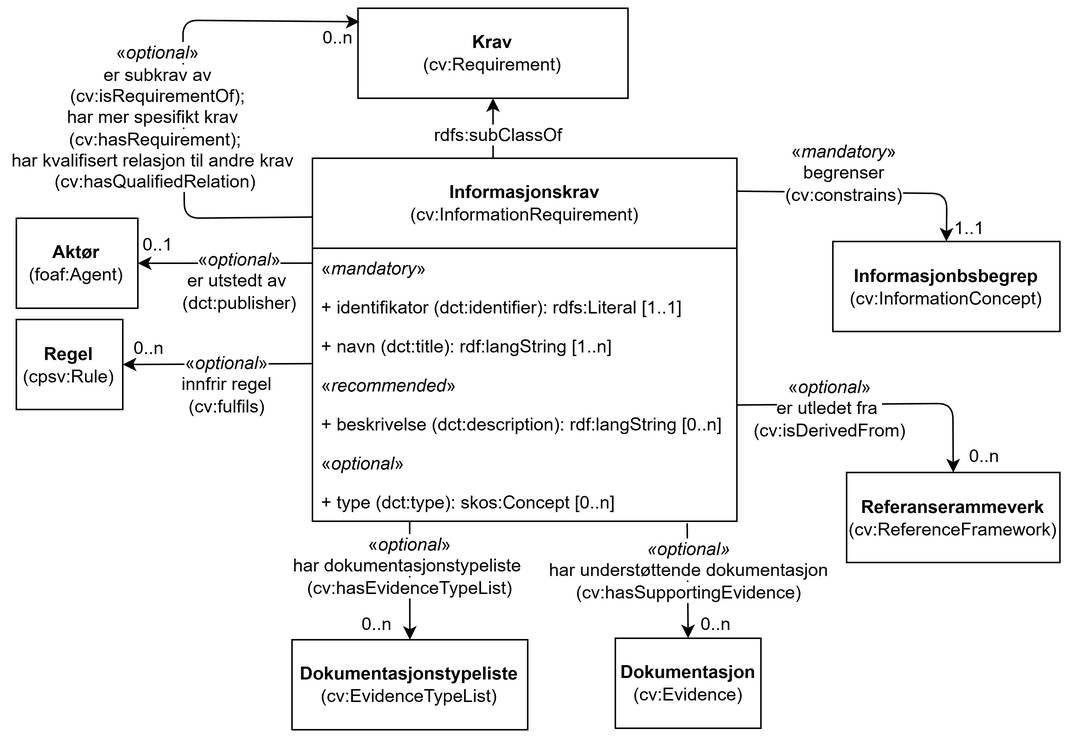
The draw.io diagram docs/images/KlassenInformasjonskrav.png in Informasjonsforvaltning/cccev-ap-no, before a commit. Source tidied: cells renumbered, new cells last; positions are measured from the earlier drawing's top-left corner, leaving out a move shared by most shapes.
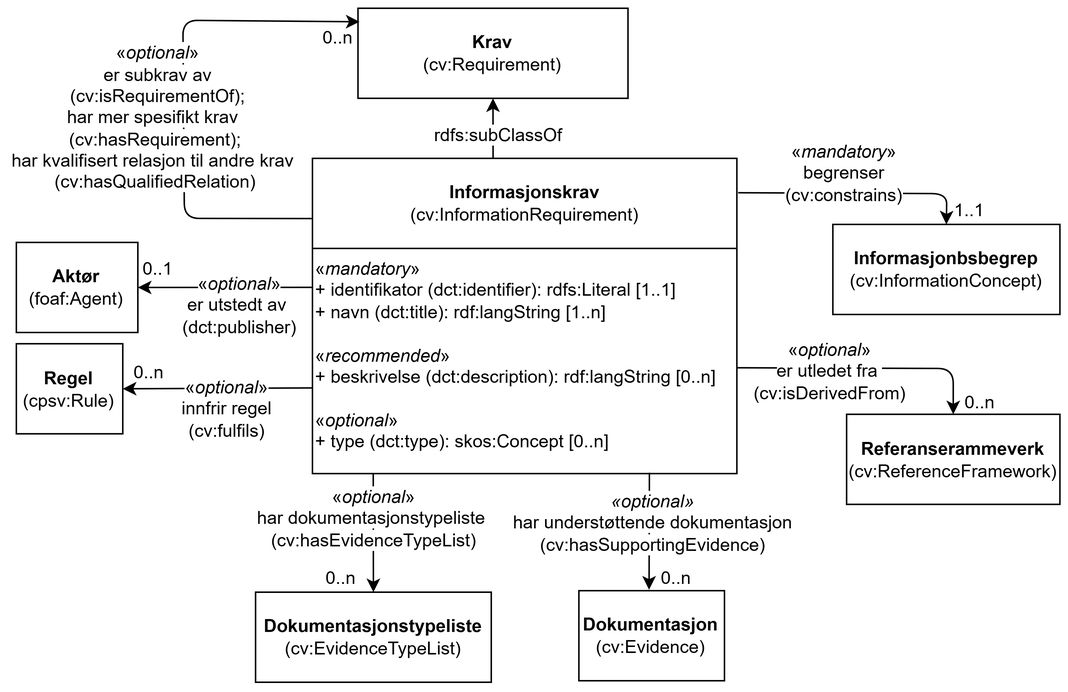
Later version of the same file.

Diff of the diagram source:
```diff
@@ -3,20 +3,20 @@
     <mxCell id="0" />
     <mxCell id="1" parent="0" />
     <mxCell id="2" value="&lt;b&gt;Regel&lt;/b&gt;&lt;br&gt;(cpsv:Rule)" style="rounded=0;whiteSpace=wrap;html=1;fillColor=none;strokeColor=#000000;" parent="1" vertex="1">
-      <mxGeometry x="5.4" y="207.5" width="71" height="60" as="geometry" />
+      <mxGeometry x="5.4" y="223.5" width="71" height="60" as="geometry" />
     </mxCell>
     <mxCell id="3" style="endArrow=classic;html=1;rounded=0;entryX=1;entryY=0.5;entryDx=0;entryDy=0;exitX=-0.001;exitY=0.382;exitDx=0;exitDy=0;exitPerimeter=0;" parent="1" edge="1" target="2">
       <mxGeometry relative="1" as="geometry">
-        <mxPoint x="202.3" y="236.9" as="sourcePoint" />
+        <mxPoint x="202.3" y="252.9" as="sourcePoint" />
       </mxGeometry>
     </mxCell>
     <mxCell id="4" value="&lt;span style=&quot;background-color: rgb(255, 255, 255);&quot;&gt;«&lt;i style=&quot;&quot;&gt;optional&lt;/i&gt;»&lt;br&gt;innfrir regel&lt;br&gt;(cv:fulfils)&lt;/span&gt;" style="text;html=1;strokeColor=none;fillColor=none;align=center;verticalAlign=middle;whiteSpace=wrap;rounded=0;" parent="1" vertex="1">
-      <mxGeometry x="97" y="225" width="98.4" height="52" as="geometry" />
+      <mxGeometry x="97" y="241" width="98.4" height="52" as="geometry" />
     </mxCell>
     <mxCell id="5" value="0..n" style="text;html=1;strokeColor=none;fillColor=none;align=center;verticalAlign=middle;whiteSpace=wrap;rounded=0;" parent="1" vertex="1">
-      <mxGeometry x="77.2" y="216.5" width="34" height="20" as="geometry" />
+      <mxGeometry x="77.2" y="232.5" width="34" height="20" as="geometry" />
     </mxCell>
-    <mxCell id="6" style="endArrow=none;html=1;rounded=1;exitX=0;exitY=0.5;exitDx=0;exitDy=0;endFill=0;startArrow=classic;startFill=1;entryX=0.001;entryY=0.162;entryDx=0;entryDy=0;entryPerimeter=0;" parent="1" edge="1" target="12">
+    <mxCell id="6" style="endArrow=none;html=1;rounded=1;exitX=0;exitY=0.5;exitDx=0;exitDy=0;endFill=0;startArrow=classic;startFill=1;entryX=-0.002;entryY=0.191;entryDx=0;entryDy=0;entryPerimeter=0;" parent="1" edge="1" target="12">
       <mxGeometry relative="1" as="geometry">
         <mxPoint x="234.2" y="9" as="sourcePoint" />
         <Array as="points">
@@ -29,43 +29,25 @@
       <mxGeometry x="207.2" y="10" width="26" height="20" as="geometry" />
     </mxCell>
     <mxCell id="8" value="&lt;b&gt;Aktør&lt;/b&gt;&lt;br&gt;(foaf:Agent)" style="rounded=0;whiteSpace=wrap;html=1;fillColor=none;strokeColor=#000000;" parent="1" vertex="1">
-      <mxGeometry x="5.4" y="140" width="81" height="60" as="geometry" />
+      <mxGeometry x="5.4" y="156" width="81" height="60" as="geometry" />
     </mxCell>
     <mxCell id="9" style="endArrow=classic;html=1;rounded=1;entryX=1;entryY=0.5;entryDx=0;entryDy=0;exitX=0;exitY=0.227;exitDx=0;exitDy=0;exitPerimeter=0;" parent="1" edge="1" target="8">
       <mxGeometry relative="1" as="geometry">
-        <mxPoint x="202.8" y="169.9" as="sourcePoint" />
+        <mxPoint x="202.8" y="185.9" as="sourcePoint" />
       </mxGeometry>
     </mxCell>
     <mxCell id="10" value="0..1" style="text;html=1;strokeColor=none;fillColor=none;align=center;verticalAlign=middle;whiteSpace=wrap;rounded=0;" parent="1" vertex="1">
-      <mxGeometry x="87" y="148" width="26" height="20" as="geometry" />
+      <mxGeometry x="87" y="164" width="26" height="20" as="geometry" />
     </mxCell>
     <mxCell id="11" value="&lt;span style=&quot;background-color: rgb(255, 255, 255);&quot;&gt;«&lt;i style=&quot;&quot;&gt;optional&lt;/i&gt;»&lt;br&gt;er utstedt av&amp;nbsp;&lt;br&gt;(dct:publisher)&lt;/span&gt;" style="text;html=1;strokeColor=none;fillColor=none;align=center;verticalAlign=middle;whiteSpace=wrap;rounded=0;" parent="1" vertex="1">
-      <mxGeometry x="112.8" y="155.5" width="82.6" height="52" as="geometry" />
+      <mxGeometry x="112.8" y="171.5" width="82.6" height="52" as="geometry" />
     </mxCell>
     <mxCell id="12" value="&lt;b style=&quot;border-color: var(--border-color);&quot;&gt;Informasjonskrav&lt;/b&gt;&lt;br style=&quot;border-color: var(--border-color);&quot;&gt;(cv:InformationRequirement)" style="swimlane;fontStyle=0;horizontal=1;startSize=60;fillColor=none;whiteSpace=wrap;html=1;" parent="1" vertex="1">
-      <mxGeometry x="202.8" y="100" width="282.9" height="242" as="geometry" />
+      <mxGeometry x="202.8" y="100" width="282.9" height="210" as="geometry" />
     </mxCell>
-    <mxCell id="13" value="«&lt;i&gt;mandatory&lt;/i&gt;»" style="text;align=left;verticalAlign=top;spacingLeft=4;spacingRight=4;overflow=hidden;whiteSpace=wrap;html=1;fillColor=none;" parent="12" vertex="1">
-      <mxGeometry y="60" width="282.9" height="26" as="geometry" />
-    </mxCell>
-    <mxCell id="14" value="+&amp;nbsp;identifikator&amp;nbsp;(dct:identifier): rdfs:Literal [1..1]" style="text;align=left;verticalAlign=top;spacingLeft=4;spacingRight=4;overflow=hidden;whiteSpace=wrap;html=1;fillColor=none;" parent="12" vertex="1">
-      <mxGeometry y="86" width="282.9" height="26" as="geometry" />
-    </mxCell>
-    <mxCell id="15" value="+&amp;nbsp;navn (dct:title): rdf:langString [1..n]" style="text;align=left;verticalAlign=top;spacingLeft=4;spacingRight=4;overflow=hidden;whiteSpace=wrap;html=1;fillColor=none;" parent="12" vertex="1">
-      <mxGeometry y="112" width="282.9" height="26" as="geometry" />
-    </mxCell>
-    <mxCell id="16" value="«&lt;i style=&quot;&quot;&gt;recommended&lt;/i&gt;»" style="text;align=left;verticalAlign=top;spacingLeft=4;spacingRight=4;overflow=hidden;whiteSpace=wrap;html=1;fillColor=none;" parent="12" vertex="1">
-      <mxGeometry y="138" width="282.9" height="26" as="geometry" />
-    </mxCell>
-    <mxCell id="17" value="+&amp;nbsp;beskrivelse (dct:description): rdf:langString [0..n]" style="text;align=left;verticalAlign=top;spacingLeft=4;spacingRight=4;overflow=hidden;whiteSpace=wrap;html=1;fillColor=none;" parent="12" vertex="1">
-      <mxGeometry y="164" width="282.9" height="26" as="geometry" />
-    </mxCell>
-    <mxCell id="18" value="«&lt;i&gt;optional&lt;/i&gt;»" style="text;align=left;verticalAlign=top;spacingLeft=4;spacingRight=4;overflow=hidden;whiteSpace=wrap;html=1;fillColor=none;" parent="12" vertex="1">
-      <mxGeometry y="190" width="282.9" height="26" as="geometry" />
-    </mxCell>
-    <mxCell id="19" value="+&amp;nbsp;type (dct:type): skos:Concept [0..n]" style="text;align=left;verticalAlign=top;spacingLeft=4;spacingRight=4;overflow=hidden;points=[[0,0.5],[1,0.5]];portConstraint=eastwest;whiteSpace=wrap;html=1;fillColor=none;" parent="12" vertex="1">
-      <mxGeometry y="216" width="282.9" height="26" as="geometry" />
-    </mxCell>
+    <mxCell id="40" value="«&lt;i&gt;mandatory&lt;/i&gt;»&lt;div&gt;+ identifikator (dct:identifier): rdfs:Literal [1..1]&lt;/div&gt;&lt;div&gt;+ navn (dct:title): rdf:langString [1..n]&lt;/div&gt;&lt;div&gt;&lt;br&gt;&lt;/div&gt;&lt;div&gt;«&lt;i&gt;recommended&lt;/i&gt;»&lt;/div&gt;&lt;div&gt;+ beskrivelse (dct:description): rdf:langString [0..n]&lt;/div&gt;&lt;div&gt;&lt;br&gt;&lt;/div&gt;&lt;div&gt;«&lt;i&gt;optional&lt;/i&gt;»&lt;/div&gt;&lt;div&gt;+ type (dct:type): skos:Concept [0..n]&lt;/div&gt;&lt;div&gt;&lt;br&gt;&lt;/div&gt;" style="text;html=1;whiteSpace=wrap;strokeColor=none;fillColor=none;align=left;verticalAlign=top;rounded=0;" parent="12" vertex="1">
+      <mxGeometry y="60" width="282.9" height="150" as="geometry" />
+    </mxCell>
     <mxCell id="20" value="&lt;span style=&quot;background-color: rgb(255, 255, 255);&quot;&gt;«&lt;i style=&quot;&quot;&gt;optional&lt;/i&gt;»&lt;br&gt;er subkrav av&lt;br&gt;(cv:isRequirementOf);&lt;br&gt;har mer spesifikt krav&amp;nbsp;&amp;nbsp;&lt;br&gt;(cv:hasRequirement);&amp;nbsp;&lt;br&gt;har kvalifisert relasjon til andre krav&amp;nbsp;&amp;nbsp;&lt;br&gt;(cv:hasQualifiedRelation)&amp;nbsp;&lt;/span&gt;&lt;span style=&quot;background-color: rgb(255, 255, 0);&quot;&gt;&lt;br&gt;&lt;/span&gt;" style="text;html=1;strokeColor=none;fillColor=none;align=center;verticalAlign=middle;whiteSpace=wrap;rounded=0;" parent="1" vertex="1">
       <mxGeometry y="20" width="200" height="105" as="geometry" />
     </mxCell>
@@ -81,23 +63,22 @@
       <mxGeometry x="296.9" y="70" width="60" height="30" as="geometry" />
     </mxCell>
     <mxCell id="24" value="&lt;b&gt;Dokumentasjon&lt;/b&gt;&lt;br&gt;(cv:Evidence)" style="rounded=0;whiteSpace=wrap;html=1;fillColor=none;strokeColor=#000000;" parent="1" vertex="1">
-      <mxGeometry x="404.7" y="420" width="97" height="60" as="geometry" />
+      <mxGeometry x="380.4" y="388" width="97" height="60" as="geometry" />
     </mxCell>
-    <mxCell id="25" style="endArrow=classic;html=1;rounded=0;exitX=0.883;exitY=1.051;exitDx=0;exitDy=0;exitPerimeter=0;entryX=0.5;entryY=0;entryDx=0;entryDy=0;" parent="1" edge="1" source="19" target="24">
+    <mxCell id="25" style="endArrow=classic;html=1;rounded=0;exitX=0.794;exitY=0.996;exitDx=0;exitDy=0;exitPerimeter=0;entryX=0.482;entryY=-0.011;entryDx=0;entryDy=0;entryPerimeter=0;" parent="1" edge="1" source="40" target="24">
       <mxGeometry relative="1" as="geometry" />
     </mxCell>
     <mxCell id="26" value="&lt;span style=&quot;background-color: light-dark(#ffffff, var(--ge-dark-color, #121212));&quot;&gt;&lt;i&gt;«optional»&lt;br&gt;&lt;/i&gt;har understøttende dokumentasjon&lt;br&gt;(cv:hasSupportingEvidence)&lt;/span&gt;" style="text;html=1;whiteSpace=wrap;strokeColor=none;fillColor=none;align=center;verticalAlign=middle;rounded=0;" parent="1" vertex="1">
-      <mxGeometry x="356.4" y="360" width="195.7" height="30" as="geometry" />
+      <mxGeometry x="332.1" y="328" width="195.7" height="30" as="geometry" />
     </mxCell>
     <mxCell id="27" value="0..n" style="text;html=1;strokeColor=none;fillColor=none;align=center;verticalAlign=middle;whiteSpace=wrap;rounded=0;" parent="1" vertex="1">
-      <mxGeometry x="454.7" y="401" width="34" height="20" as="geometry" />
+      <mxGeometry x="433.4" y="370" width="24.6" height="20" as="geometry" />
     </mxCell>
     <mxCell id="28" value="&lt;b&gt;Informasjonbsbegrep&lt;/b&gt;&lt;br&gt;(cv:InformationConcept)" style="rounded=0;whiteSpace=wrap;html=1;fillColor=none;strokeColor=#000000;" parent="1" vertex="1">
-      <mxGeometry x="549.7" y="155.5" width="151.4" height="60" as="geometry" />
+      <mxGeometry x="549.7" y="144" width="151.4" height="60" as="geometry" />
     </mxCell>
-    <mxCell id="29" style="endArrow=classic;html=1;rounded=1;entryX=0.5;entryY=0;entryDx=0;entryDy=0;exitX=0.995;exitY=0.549;exitDx=0;exitDy=0;exitPerimeter=0;curved=0;" parent="1" edge="1" target="28">
+    <mxCell id="29" style="endArrow=classic;html=1;rounded=1;entryX=0.5;entryY=0;entryDx=0;entryDy=0;exitX=1.003;exitY=0.109;exitDx=0;exitDy=0;exitPerimeter=0;curved=0;" parent="1" edge="1" source="12" target="28">
       <mxGeometry relative="1" as="geometry">
-        <mxPoint x="486.2" y="121.9" as="sourcePoint" />
         <Array as="points">
           <mxPoint x="625.7" y="123.5" />
         </Array>
@@ -107,38 +88,38 @@
       <mxGeometry x="507.1" y="83.5" width="100.9" height="52" as="geometry" />
     </mxCell>
     <mxCell id="31" value="1..1" style="text;html=1;strokeColor=none;fillColor=none;align=center;verticalAlign=middle;whiteSpace=wrap;rounded=0;" parent="1" vertex="1">
-      <mxGeometry x="627.7" y="136.5" width="26" height="20" as="geometry" />
+      <mxGeometry x="627.7" y="125" width="26" height="20" as="geometry" />
     </mxCell>
     <mxCell id="32" value="&lt;b&gt;Referanserammeverk&lt;/b&gt;&lt;br&gt;(cv:ReferenceFramework)" style="rounded=0;whiteSpace=wrap;html=1;fillColor=none;strokeColor=#000000;" parent="1" vertex="1">
-      <mxGeometry x="558.9" y="309.5" width="142.2" height="60" as="geometry" />
+      <mxGeometry x="558.9" y="270.5" width="142.2" height="60" as="geometry" />
     </mxCell>
     <mxCell id="33" style="endArrow=classic;html=1;rounded=1;entryX=0.5;entryY=0;entryDx=0;entryDy=0;exitX=1;exitY=0.5;exitDx=0;exitDy=0;" parent="1" edge="1" target="32">
       <mxGeometry relative="1" as="geometry">
-        <mxPoint x="485.7" y="264.5" as="sourcePoint" />
+        <mxPoint x="485.7" y="239.5" as="sourcePoint" />
         <Array as="points">
-          <mxPoint x="629.7" y="263.5" />
+          <mxPoint x="630" y="240" />
         </Array>
       </mxGeometry>
     </mxCell>
     <mxCell id="34" value="&lt;span style=&quot;background-color: rgb(255, 255, 255);&quot;&gt;«&lt;i style=&quot;&quot;&gt;optional&lt;/i&gt;»&lt;br&gt;er utledet fra&amp;nbsp;&lt;br&gt;(cv:isDerivedFrom)&lt;/span&gt;" style="text;html=1;strokeColor=none;fillColor=none;align=center;verticalAlign=middle;whiteSpace=wrap;rounded=0;" parent="1" vertex="1">
-      <mxGeometry x="507.7" y="241" width="80" height="52" as="geometry" />
+      <mxGeometry x="507.7" y="216" width="80" height="52" as="geometry" />
     </mxCell>
     <mxCell id="35" value="0..n" style="text;html=1;strokeColor=none;fillColor=none;align=center;verticalAlign=middle;whiteSpace=wrap;rounded=0;" parent="1" vertex="1">
-      <mxGeometry x="637.7" y="289" width="26" height="20" as="geometry" />
+      <mxGeometry x="635" y="252.5" width="26" height="20" as="geometry" />
     </mxCell>
     <mxCell id="36" value="&lt;b&gt;Dokumentasjonstypeliste&lt;br&gt;&lt;/b&gt;(cv:EvidenceTypeList)" style="rounded=0;whiteSpace=wrap;html=1;fillColor=none;strokeColor=#000000;" parent="1" vertex="1">
-      <mxGeometry x="189.2" y="421" width="157.1" height="60" as="geometry" />
+      <mxGeometry x="164.9" y="389" width="157.1" height="60" as="geometry" />
     </mxCell>
     <mxCell id="37" style="endArrow=classic;html=1;rounded=0;entryX=0.5;entryY=0;entryDx=0;entryDy=0;exitX=0.23;exitY=0.978;exitDx=0;exitDy=0;exitPerimeter=0;" parent="1" edge="1" target="36">
       <mxGeometry relative="1" as="geometry">
-        <mxPoint x="267.6" y="342" as="sourcePoint" />
+        <mxPoint x="243.3" y="310" as="sourcePoint" />
       </mxGeometry>
     </mxCell>
     <mxCell id="38" value="&lt;span style=&quot;background-color: rgb(255, 255, 255);&quot;&gt;«&lt;i style=&quot;&quot;&gt;optional&lt;/i&gt;»&lt;br&gt;har dokumentasjonstypeliste&amp;nbsp;&lt;br&gt;(cv:hasEvidenceTypeList)&lt;/span&gt;" style="text;html=1;strokeColor=none;fillColor=none;align=center;verticalAlign=middle;whiteSpace=wrap;rounded=0;" parent="1" vertex="1">
-      <mxGeometry x="185" y="346" width="165.5" height="52" as="geometry" />
+      <mxGeometry x="160.7" y="314" width="165.5" height="52" as="geometry" />
     </mxCell>
     <mxCell id="39" value="0..n" style="text;html=1;strokeColor=none;fillColor=none;align=center;verticalAlign=middle;whiteSpace=wrap;rounded=0;" parent="1" vertex="1">
-      <mxGeometry x="233.2" y="401" width="26" height="20" as="geometry" />
+      <mxGeometry x="208.9" y="370" width="26" height="20" as="geometry" />
     </mxCell>
   </root>
 </mxGraphModel>
```
